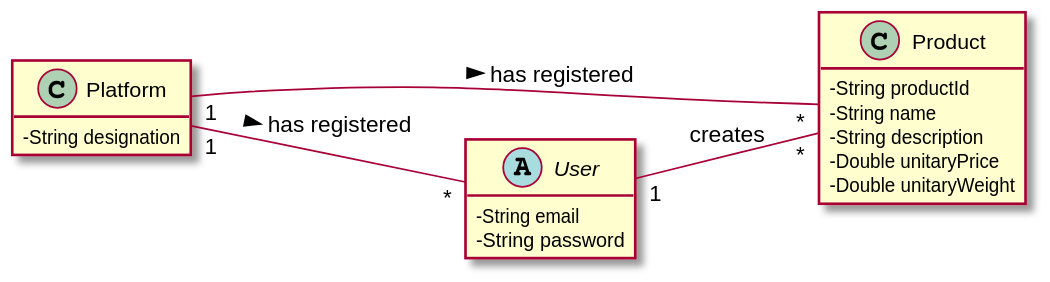
Earlier version of the PlantUML export docs/Iteration 1/Product Management/US71_UpdateProduct/US71_DM.svg (tiagoavcosta25/LAPR3). Its diagram source:
```plantuml
@startuml
skinparam classAttributeIconSize 0
hide methods
left to right direction

class Platform {
    -String designation
}

class Product{
    -String productId
    -String name
    -String description
    -Double unitaryPrice
    -Double unitaryWeight
}

abstract class User{
    -String email
    -String password
}

User "1" -- "*" Product : creates
Platform "1" -- "*" Product : has registered >
Platform "1" -- "*" User : has registered >

@enduml
```
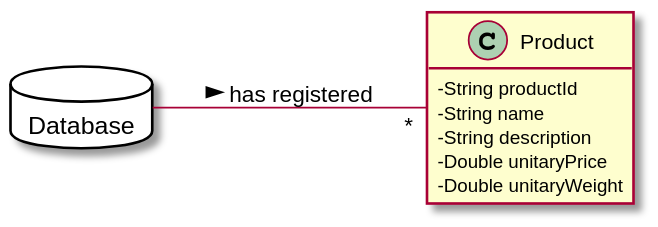
After the change.

The edit, as a diff of the source:
```diff
@@ -3,8 +3,7 @@
 hide methods
 left to right direction
 
-class Platform {
-    -String designation
+database Database {
 }
 
 class Product{
@@ -15,13 +14,6 @@
     -Double unitaryWeight
 }
 
-abstract class User{
-    -String email
-    -String password
-}
-
-User "1" -- "*" Product : creates
-Platform "1" -- "*" Product : has registered >
-Platform "1" -- "*" User : has registered >
+Database -- "*" Product : has registered >
 
 @enduml
```
